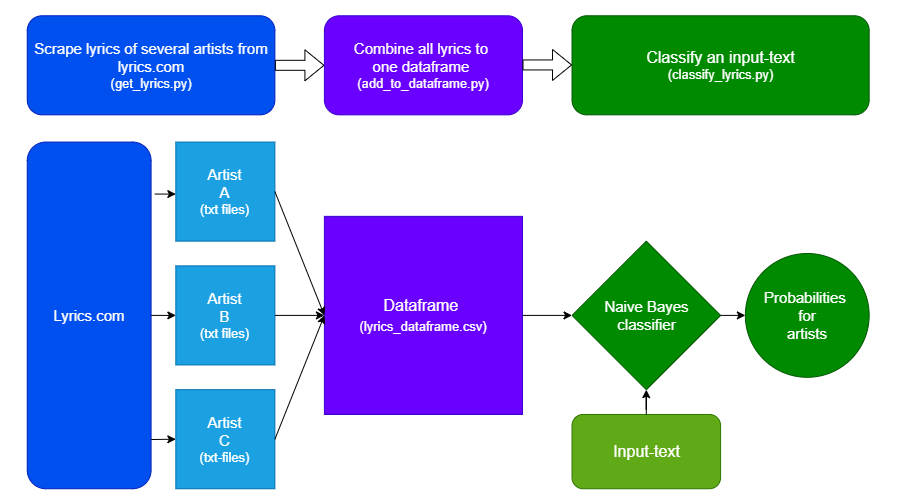
This is img/lyrics_classifier.png from to-schi/classify-lyrics, a draw.io export, as it was before one commit. Source tidied: cells renumbered, new cells last; positions are measured from the earlier drawing's top-left corner, leaving out a move shared by most shapes.
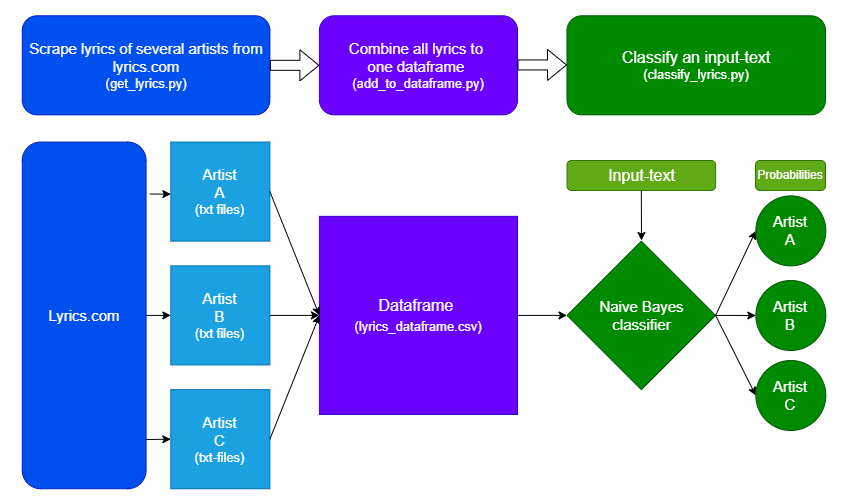
The same diagram one commit later.

Change to the diagram source:
```diff
@@ -18,10 +18,10 @@
       <mxGeometry x="296.9" y="0.3" width="198.1" height="99" as="geometry" />
     </mxCell>
     <mxCell id="7" value="Input-text" style="rounded=1;whiteSpace=wrap;html=1;fontSize=16;fillColor=#60a917;strokeColor=#2D7600;fontColor=#ffffff;" parent="1" vertex="1">
-      <mxGeometry x="544.5" y="399" width="148.6" height="74.3" as="geometry" />
+      <mxGeometry x="544.5" y="145" width="148.6" height="30" as="geometry" />
     </mxCell>
     <mxCell id="8" value="&lt;font&gt;&lt;span style=&quot;font-size: 16px&quot;&gt;Classify an input-text&lt;/span&gt;&lt;br&gt;&lt;font style=&quot;font-size: 13px&quot;&gt;(classify_lyrics.py)&lt;/font&gt;&lt;br&gt;&lt;/font&gt;" style="rounded=1;whiteSpace=wrap;html=1;fillColor=#008a00;fontColor=#ffffff;strokeColor=#005700;" parent="1" vertex="1">
-      <mxGeometry x="544.5" y="0.3" width="297.1" height="99" as="geometry" />
+      <mxGeometry x="544.5" y="0.3" width="258.5" height="99" as="geometry" />
     </mxCell>
     <mxCell id="9" value="Dataframe &lt;br&gt;&lt;font style=&quot;font-size: 13px&quot;&gt;(lyrics_dataframe.csv)&lt;/font&gt;" style="whiteSpace=wrap;html=1;fontSize=16;fillColor=#6a00ff;strokeColor=#3700CC;fontColor=#ffffff;" parent="1" vertex="1">
       <mxGeometry x="296.9" y="200.9" width="198.1" height="198.1" as="geometry" />
@@ -55,12 +55,9 @@
     <mxCell id="18" style="endArrow=classic;html=1;rounded=0;fontSize=15;exitX=1;exitY=0.5;exitDx=0;exitDy=0;entryX=0;entryY=0.5;entryDx=0;entryDy=0;" parent="1" edge="1" source="9" target="17">
       <mxGeometry relative="1" as="geometry" />
     </mxCell>
-    <mxCell id="19" style="endArrow=classic;html=1;rounded=0;fontSize=15;exitX=1;exitY=0.5;exitDx=0;exitDy=0;entryX=0;entryY=0.5;entryDx=0;entryDy=0;" parent="1" edge="1" source="17" target="23">
+    <mxCell id="19" style="endArrow=classic;html=1;rounded=0;fontSize=15;exitX=1;exitY=0.5;exitDx=0;exitDy=0;entryX=0;entryY=0.5;entryDx=0;entryDy=0;" parent="1" edge="1" source="17" target="28">
       <mxGeometry relative="1" as="geometry" />
     </mxCell>
-    <mxCell id="20" style="edgeStyle=orthogonalEdgeStyle;rounded=0;jettySize=auto;html=1;fontSize=15;" parent="1" edge="1" source="7" target="17">
-      <mxGeometry relative="1" as="geometry" />
-    </mxCell>
     <mxCell id="21" style="shape=flexArrow;endArrow=classic;html=1;rounded=0;fontSize=15;exitX=1;exitY=0.5;exitDx=0;exitDy=0;entryX=0;entryY=0.5;entryDx=0;entryDy=0;" parent="1" edge="1" source="4" target="6">
       <mxGeometry relative="1" as="geometry" />
     </mxCell>
@@ -70,8 +67,28 @@
         <mxPoint x="544.5" y="49.5" as="targetPoint" />
       </mxGeometry>
     </mxCell>
-    <mxCell id="23" value="Probabilities &lt;br&gt;for&lt;br&gt;artists" style="ellipse;whiteSpace=wrap;html=1;fontSize=15;fillColor=#008a00;fontColor=#ffffff;strokeColor=#005700;" parent="1" vertex="1">
-      <mxGeometry x="717.9" y="238" width="123.8" height="123.8" as="geometry" />
-    </mxCell>
+    <mxCell id="24" value="Probabilities" style="rounded=1;whiteSpace=wrap;html=1;fillColor=#60a917;fontColor=#ffffff;strokeColor=#2D7600;" parent="1" vertex="1">
+      <mxGeometry x="733" y="145" width="70" height="30" as="geometry" />
+    </mxCell>
+    <mxCell id="25" value="Artist&lt;br&gt;B" style="ellipse;whiteSpace=wrap;html=1;fontSize=15;fillColor=#008a00;fontColor=#ffffff;strokeColor=#005700;" parent="1" vertex="1">
+      <mxGeometry x="733.3" y="265" width="70" height="70" as="geometry" />
+    </mxCell>
+    <mxCell id="26" style="endArrow=classic;html=1;rounded=0;exitX=1;exitY=0.5;exitDx=0;exitDy=0;entryX=0;entryY=0.5;entryDx=0;entryDy=0;" parent="1" edge="1" source="17" target="25">
+      <mxGeometry relative="1" as="geometry" />
+    </mxCell>
+    <mxCell id="27" style="endArrow=classic;html=1;rounded=0;exitX=1;exitY=0.5;exitDx=0;exitDy=0;entryX=0;entryY=0.5;entryDx=0;entryDy=0;" parent="1" edge="1" source="17" target="29">
+      <mxGeometry relative="1" as="geometry" />
+    </mxCell>
+    <mxCell id="28" value="Artist&lt;br&gt;A" style="ellipse;whiteSpace=wrap;html=1;fontSize=15;fillColor=#008a00;fontColor=#ffffff;strokeColor=#005700;" parent="1" vertex="1">
+      <mxGeometry x="733.3" y="180.4" width="70" height="70" as="geometry" />
+    </mxCell>
+    <mxCell id="29" value="Artist&lt;br&gt;C" style="ellipse;whiteSpace=wrap;html=1;fontSize=15;fillColor=#008a00;fontColor=#ffffff;strokeColor=#005700;" parent="1" vertex="1">
+      <mxGeometry x="733.3" y="345" width="70" height="70" as="geometry" />
+    </mxCell>
+    <mxCell id="30" style="endArrow=classic;html=1;rounded=0;exitX=0.5;exitY=1;exitDx=0;exitDy=0;" parent="1" edge="1" source="7">
+      <mxGeometry relative="1" as="geometry">
+        <mxPoint x="619" y="225" as="targetPoint" />
+      </mxGeometry>
+    </mxCell>
   </root>
 </mxGraphModel>
```
